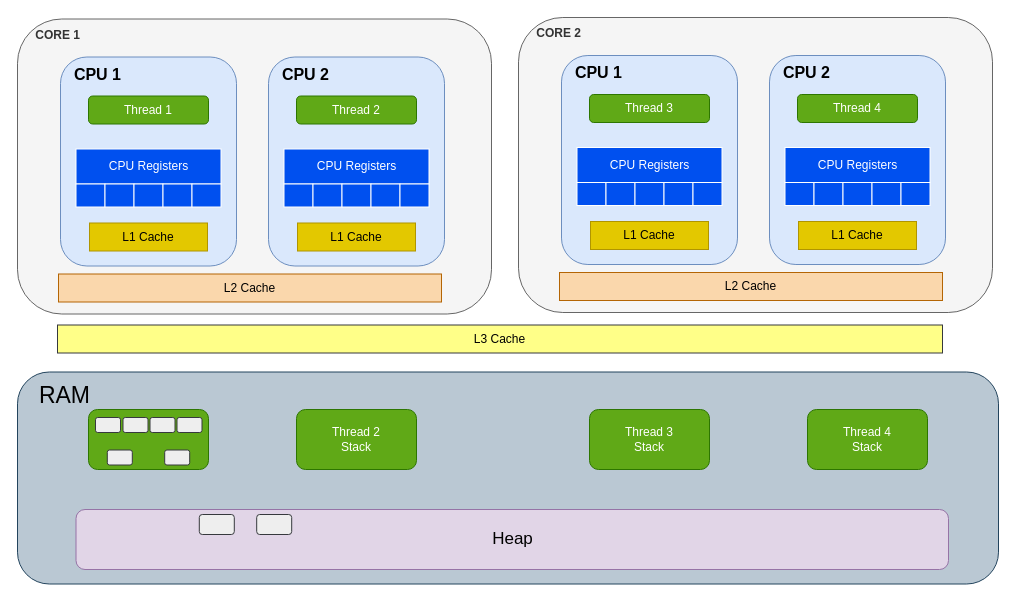
Earlier version of the draw.io diagram page "jmm-L-cache" (22 of 31) of presentation/java-concurrency.drawio (PreCyz/java-multithreads-examples). Source tidied: cells renumbered, new cells numbered last; positions are measured from the earlier drawing's top-left corner, leaving out a move shared by most shapes. Both pictures are drawn from the tidied source at 100%, with x=0, y=0 at pixel (17, 17).
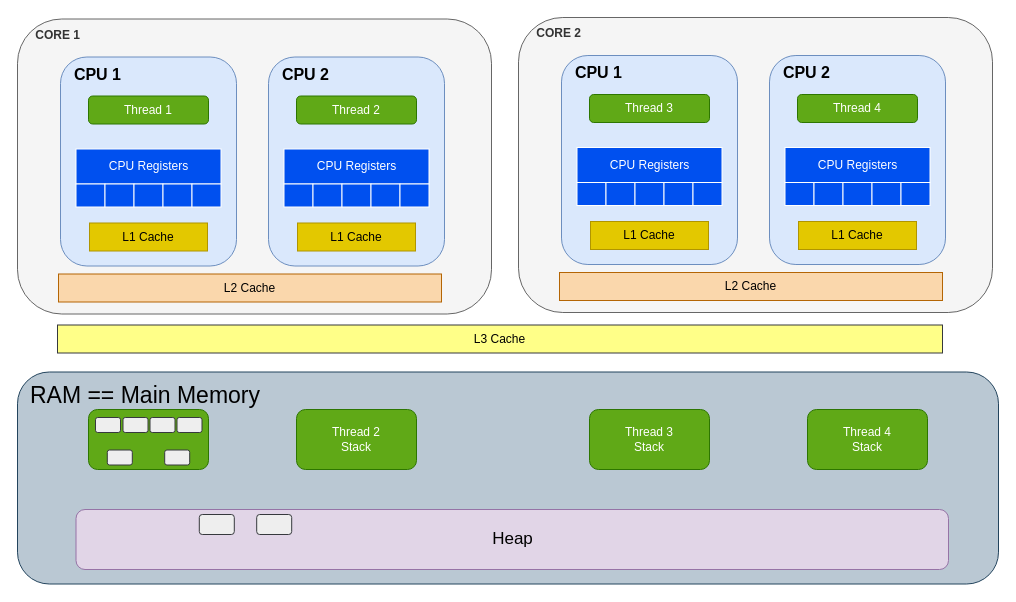
After the change.

Change to the diagram source:
```diff
@@
-    <mxCell id="43" value="RAM" style="rounded=1;whiteSpace=wrap;html=1;spacingRight=-75;labelPosition=left;verticalLabelPosition=top;align=right;verticalAlign=bottom;spacingBottom=-40;fontSize=23;fontStyle=0;fillColor=#bac8d3;strokeColor=#23445d;" parent="1" vertex="1">
+    <mxCell id="43" value="RAM == Main Memory" style="rounded=1;whiteSpace=wrap;html=1;spacingRight=-245;labelPosition=left;verticalLabelPosition=top;align=right;verticalAlign=bottom;spacingBottom=-40;fontSize=23;fontStyle=0;fillColor=#bac8d3;strokeColor=#23445d;" parent="1" vertex="1">
       <mxGeometry y="354.5" width="981" height="212" as="geometry" />
     </mxCell>
```
